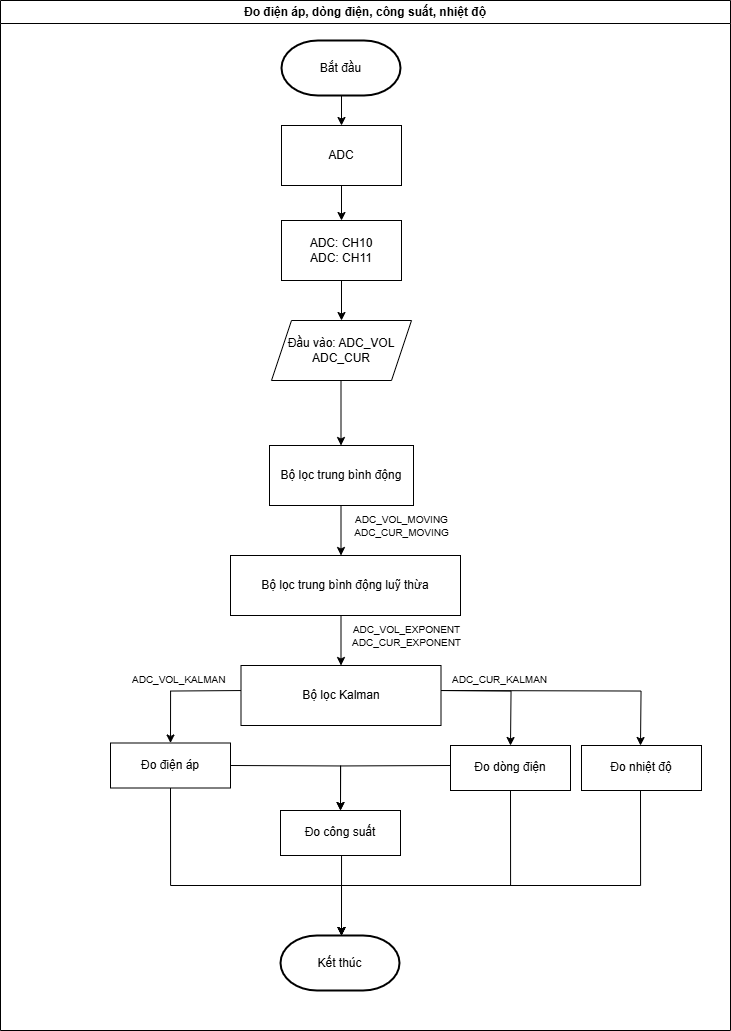
Quynguyen34/CNC-Drill-Graduation-Project keeps this draw.io diagram as FLOWCHART-VIE/FLOWCHART-VOL-CUR-POW-TEMP.png. Above is the earlier version. Source tidied: cells renumbered, new cells last; positions are measured from the earlier drawing's top-left corner, leaving out a move shared by most shapes.
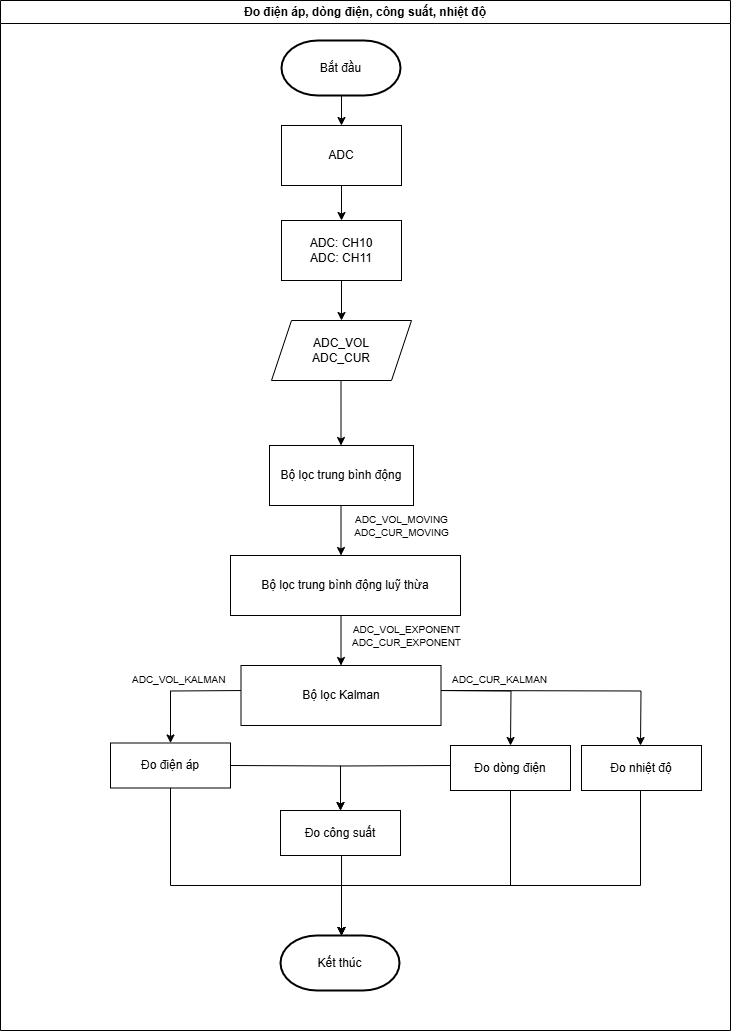
The same file after the commit.

The edit, as a diff of the source:
```diff
@@ -118,7 +118,7 @@
         <mxPoint x="340.5" y="445" as="targetPoint" />
       </mxGeometry>
     </mxCell>
-    <mxCell id="25" value="Đầu vào: ADC_VOL&lt;div&gt;ADC_CUR&lt;/div&gt;" style="shape=parallelogram;perimeter=parallelogramPerimeter;whiteSpace=wrap;html=1;fixedSize=1;" parent="2" vertex="1">
+    <mxCell id="25" value="ADC_VOL&lt;div&gt;ADC_CUR&lt;/div&gt;" style="shape=parallelogram;perimeter=parallelogramPerimeter;whiteSpace=wrap;html=1;fixedSize=1;" parent="2" vertex="1">
       <mxGeometry x="271" y="320" width="140" height="60" as="geometry" />
     </mxCell>
     <mxCell id="26" value="&lt;div&gt;Bộ lọc trung bình động&lt;/div&gt;" style="rounded=0;whiteSpace=wrap;html=1;" parent="2" vertex="1">
```
